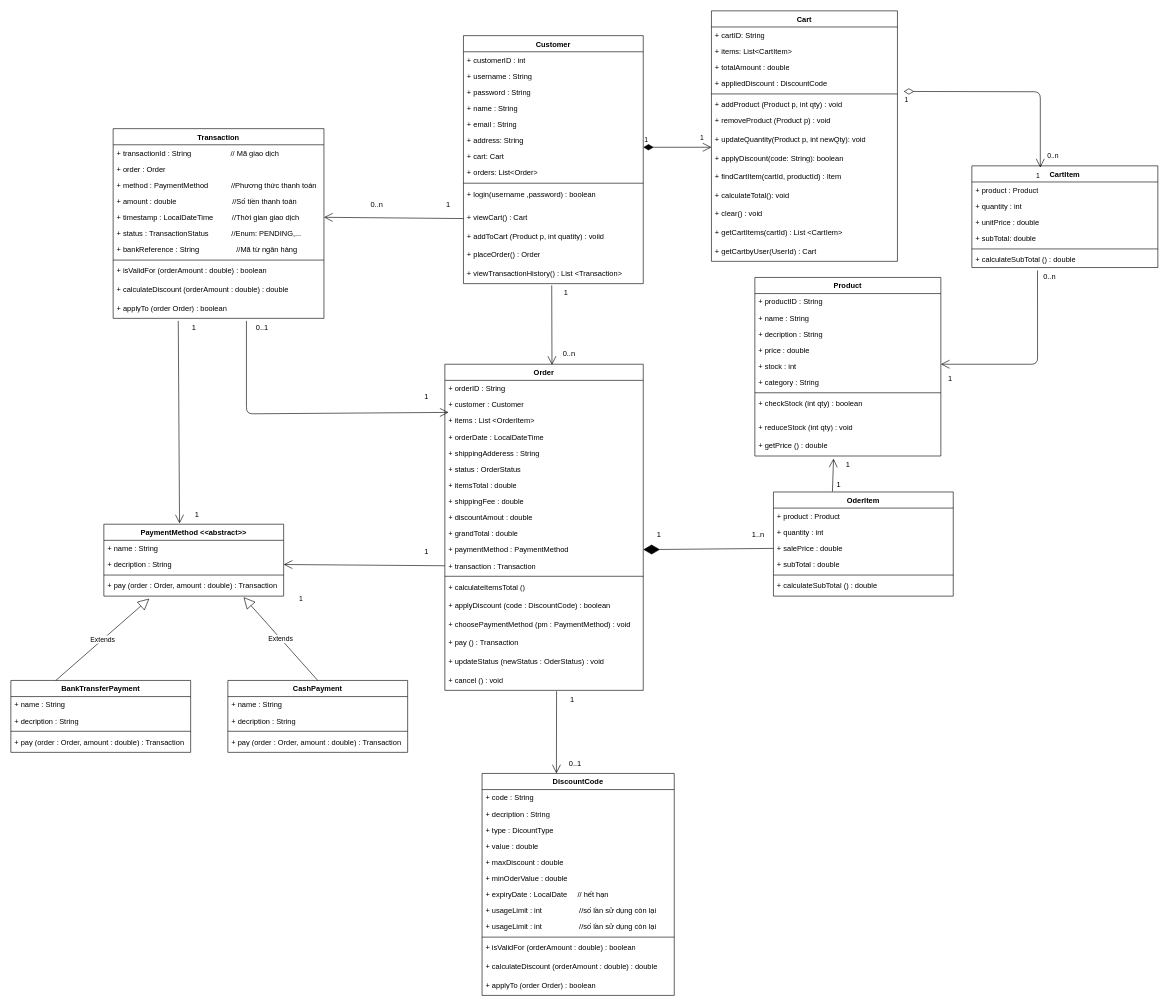
Above: Class Diagram/Cart_Checkout.drawio in NguyenThaiDung2003/IT3120Nhom11 (draw.io), before the change. Source tidied: cells renumbered, new cells numbered last; positions are measured from the earlier drawing's top-left corner, leaving out a move shared by most shapes. Both pictures are drawn from the tidied source at 62%, with x=0, y=0 at pixel (11, 11).
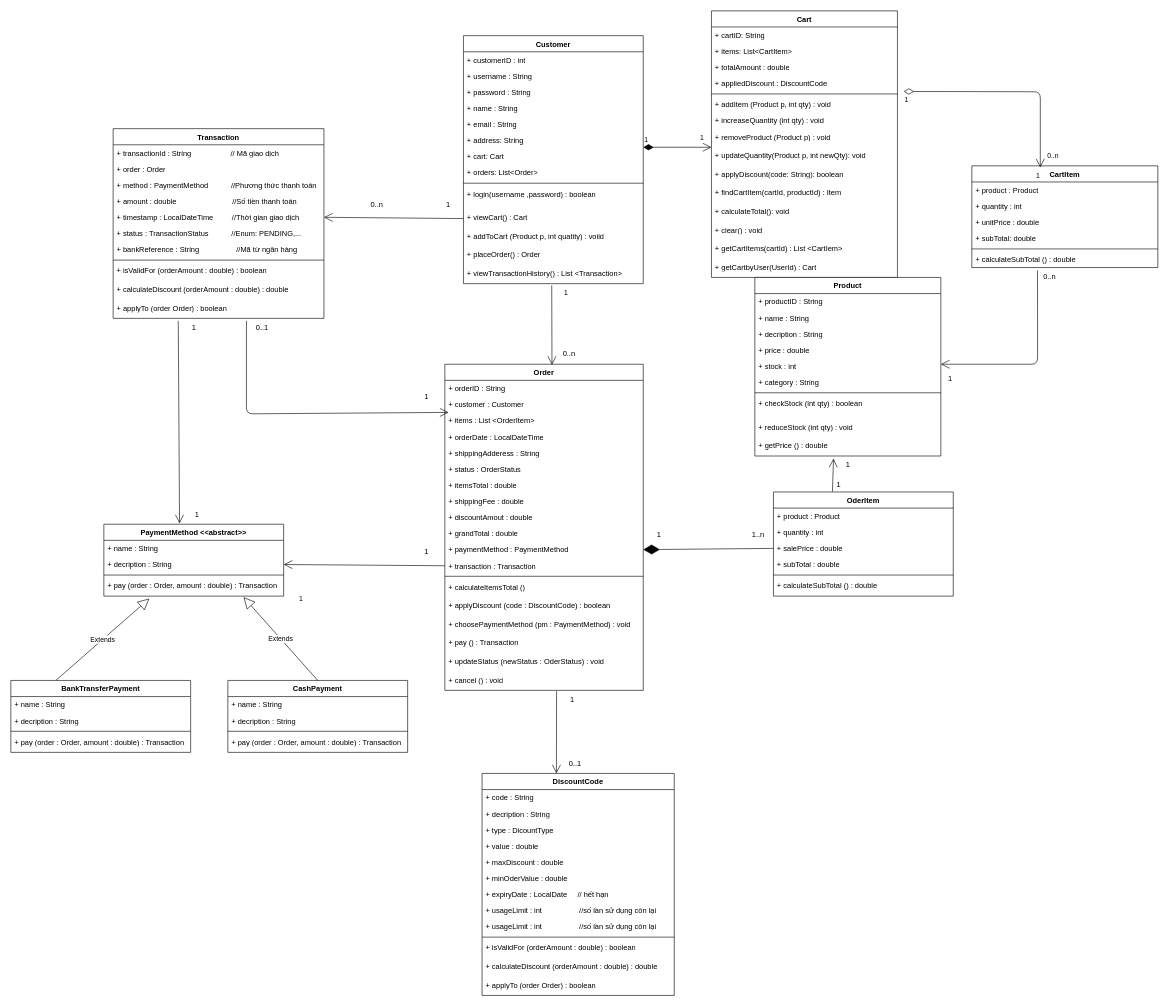
The same page after the edit.

Commit message (it also covers changes not shown here):
sequence thanh toán

Change to the diagram source:
```diff
@@
     <mxCell id="17" value="Cart" style="swimlane;fontStyle=1;align=center;verticalAlign=top;horizontal=1;startSize=26;whiteSpace=wrap;html=1;" parent="1" vertex="1">
-      <mxGeometry x="1130" width="300" height="404" as="geometry" />
+      <mxGeometry x="1130" width="300" height="430" as="geometry" />
     </mxCell>
@@
-    <mxCell id="23" value="&lt;div&gt;+ addProduct (Product p, int qty) : void&lt;/div&gt;" style="text;strokeColor=none;fillColor=none;align=left;verticalAlign=top;spacingLeft=4;spacingRight=4;overflow=hidden;whiteSpace=wrap;html=1;" parent="17" vertex="1">
+    <mxCell id="23" value="&lt;div&gt;+ addItem (Product p, int qty) : void&lt;/div&gt;" style="text;strokeColor=none;fillColor=none;align=left;verticalAlign=top;spacingLeft=4;spacingRight=4;overflow=hidden;whiteSpace=wrap;html=1;" parent="17" vertex="1">
       <mxGeometry y="138" width="300" height="26" as="geometry" />
     </mxCell>
+    <mxCell id="153" value="&lt;div&gt;+ increaseQuantity (int qty) : void&lt;/div&gt;" style="text;strokeColor=none;fillColor=none;align=left;verticalAlign=top;spacingLeft=4;spacingRight=4;overflow=hidden;whiteSpace=wrap;html=1;" parent="17" vertex="1">
+      <mxGeometry y="164" width="300" height="26" as="geometry" />
+    </mxCell>
     <mxCell id="24" value="+ removeProduct (Product p) : void" style="text;strokeColor=none;fillColor=none;align=left;verticalAlign=top;spacingLeft=4;spacingRight=4;overflow=hidden;whiteSpace=wrap;html=1;" parent="17" vertex="1">
-      <mxGeometry y="164" width="300" height="30" as="geometry" />
+      <mxGeometry y="190" width="300" height="30" as="geometry" />
     </mxCell>
     <mxCell id="25" value="+&amp;nbsp;&lt;span style=&quot;background-color: transparent;&quot;&gt;updateQuantity(Product p, int newQty): void&lt;/span&gt;" style="text;strokeColor=none;fillColor=none;align=left;verticalAlign=top;spacingLeft=4;spacingRight=4;overflow=hidden;whiteSpace=wrap;html=1;" parent="17" vertex="1">
-      <mxGeometry y="194" width="300" height="30" as="geometry" />
+      <mxGeometry y="220" width="300" height="30" as="geometry" />
     </mxCell>
     <mxCell id="26" value="+&amp;nbsp;&lt;span style=&quot;background-color: transparent;&quot;&gt;applyDiscount(code: String): boolean&lt;/span&gt;" style="text;strokeColor=none;fillColor=none;align=left;verticalAlign=top;spacingLeft=4;spacingRight=4;overflow=hidden;whiteSpace=wrap;html=1;" parent="17" vertex="1">
-      <mxGeometry y="224" width="300" height="30" as="geometry" />
+      <mxGeometry y="250" width="300" height="30" as="geometry" />
     </mxCell>
     <mxCell id="27" value="+ findCartItem(cartId, productId) : Item" style="text;strokeColor=none;fillColor=none;align=left;verticalAlign=top;spacingLeft=4;spacingRight=4;overflow=hidden;whiteSpace=wrap;html=1;" parent="17" vertex="1">
-      <mxGeometry y="254" width="300" height="30" as="geometry" />
+      <mxGeometry y="280" width="300" height="30" as="geometry" />
     </mxCell>
     <mxCell id="28" value="+&amp;nbsp;&lt;span style=&quot;background-color: transparent;&quot;&gt;calculateTotal(): void&lt;/span&gt;" style="text;strokeColor=none;fillColor=none;align=left;verticalAlign=top;spacingLeft=4;spacingRight=4;overflow=hidden;whiteSpace=wrap;html=1;" parent="17" vertex="1">
-      <mxGeometry y="284" width="300" height="30" as="geometry" />
+      <mxGeometry y="310" width="300" height="30" as="geometry" />
     </mxCell>
     <mxCell id="29" value="+ clear() : void" style="text;strokeColor=none;fillColor=none;align=left;verticalAlign=top;spacingLeft=4;spacingRight=4;overflow=hidden;whiteSpace=wrap;html=1;" parent="17" vertex="1">
-      <mxGeometry y="314" width="300" height="30" as="geometry" />
+      <mxGeometry y="340" width="300" height="30" as="geometry" />
     </mxCell>
     <mxCell id="30" value="+ getCartItems(cartId) : List &amp;lt;CartIem&amp;gt;" style="text;strokeColor=none;fillColor=none;align=left;verticalAlign=top;spacingLeft=4;spacingRight=4;overflow=hidden;whiteSpace=wrap;html=1;" parent="17" vertex="1">
-      <mxGeometry y="344" width="300" height="30" as="geometry" />
+      <mxGeometry y="370" width="300" height="30" as="geometry" />
     </mxCell>
     <mxCell id="31" value="+ getCartbyUser(UserId) : Cart" style="text;strokeColor=none;fillColor=none;align=left;verticalAlign=top;spacingLeft=4;spacingRight=4;overflow=hidden;whiteSpace=wrap;html=1;" parent="17" vertex="1">
-      <mxGeometry y="374" width="300" height="30" as="geometry" />
+      <mxGeometry y="400" width="300" height="30" as="geometry" />
     </mxCell>
```
